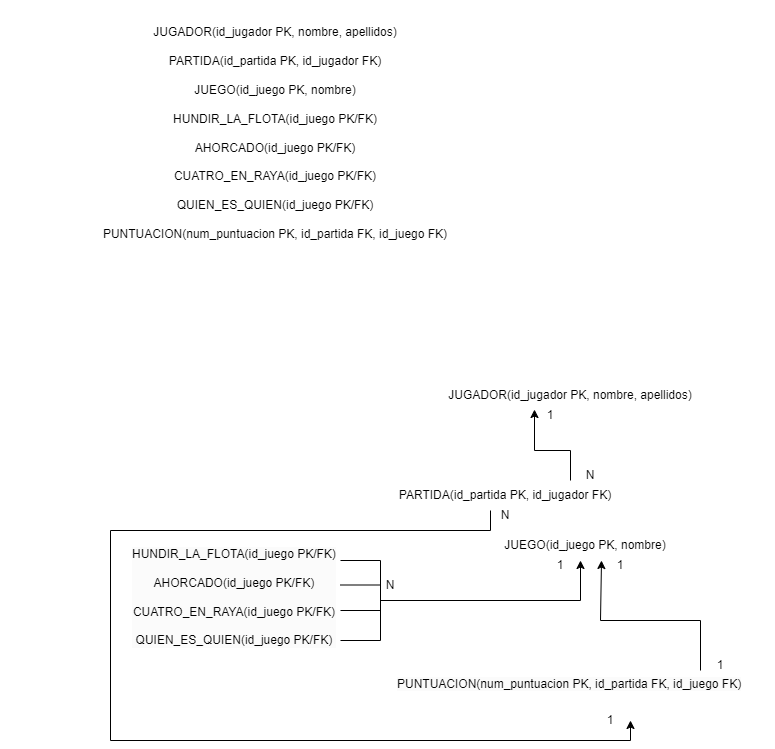
Earlier version of the draw.io export Documentos/Bases de datos/Modelo Relacional imagen.png (foover/Equipo-3-MINIRETO). Source tidied: cells renumbered, new cells last; positions are measured from the earlier drawing's top-left corner, leaving out a move shared by most shapes.
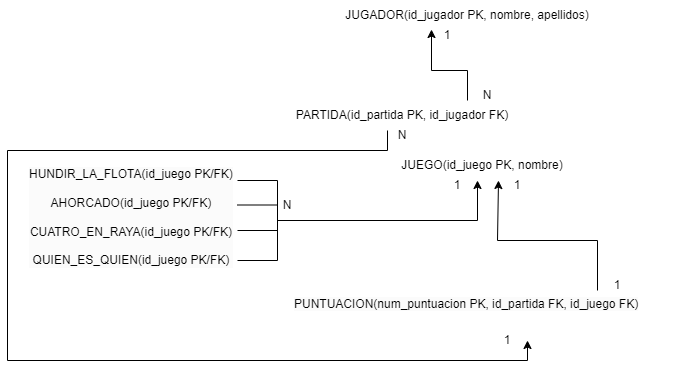
Later version of the same file.

The edit, as a diff of the source:
```diff
@@ -2,9 +2,6 @@
   <root>
     <mxCell id="0" />
     <mxCell id="1" parent="0" />
-    <mxCell id="2" value="&lt;div&gt;JUGADOR(id_jugador PK, nombre, apellidos)&lt;/div&gt;&lt;div&gt;&lt;br&gt;&lt;/div&gt;&lt;div&gt;PARTIDA(id_partida PK, id_jugador FK)&lt;/div&gt;&lt;div&gt;&lt;br&gt;&lt;/div&gt;&lt;div&gt;JUEGO(id_juego PK, nombre)&lt;/div&gt;&lt;div&gt;&lt;br&gt;&lt;/div&gt;&lt;div&gt;HUNDIR_LA_FLOTA(id_juego PK/FK)&lt;/div&gt;&lt;div&gt;&lt;br&gt;&lt;/div&gt;&lt;div&gt;AHORCADO(id_juego PK/FK)&lt;/div&gt;&lt;div&gt;&lt;br&gt;&lt;/div&gt;&lt;div&gt;CUATRO_EN_RAYA(id_juego PK/FK)&lt;/div&gt;&lt;div&gt;&lt;br&gt;&lt;/div&gt;&lt;div&gt;QUIEN_ES_QUIEN(id_juego PK/FK)&lt;/div&gt;&lt;div&gt;&lt;br&gt;&lt;/div&gt;&lt;div&gt;PUNTUACION(num_puntuacion PK, id_partida FK, id_juego FK)&lt;/div&gt;&lt;div&gt;&lt;br&gt;&lt;/div&gt;" style="text;html=1;align=center;verticalAlign=middle;whiteSpace=wrap;rounded=0;" parent="1" vertex="1">
-      <mxGeometry width="550" height="280" as="geometry" />
-    </mxCell>
     <mxCell id="3" value="JUGADOR(id_jugador PK, nombre, apellidos)" style="text;html=1;align=center;verticalAlign=middle;whiteSpace=wrap;rounded=0;" parent="1" vertex="1">
       <mxGeometry x="420" y="380" width="300" height="30" as="geometry" />
     </mxCell>
```
